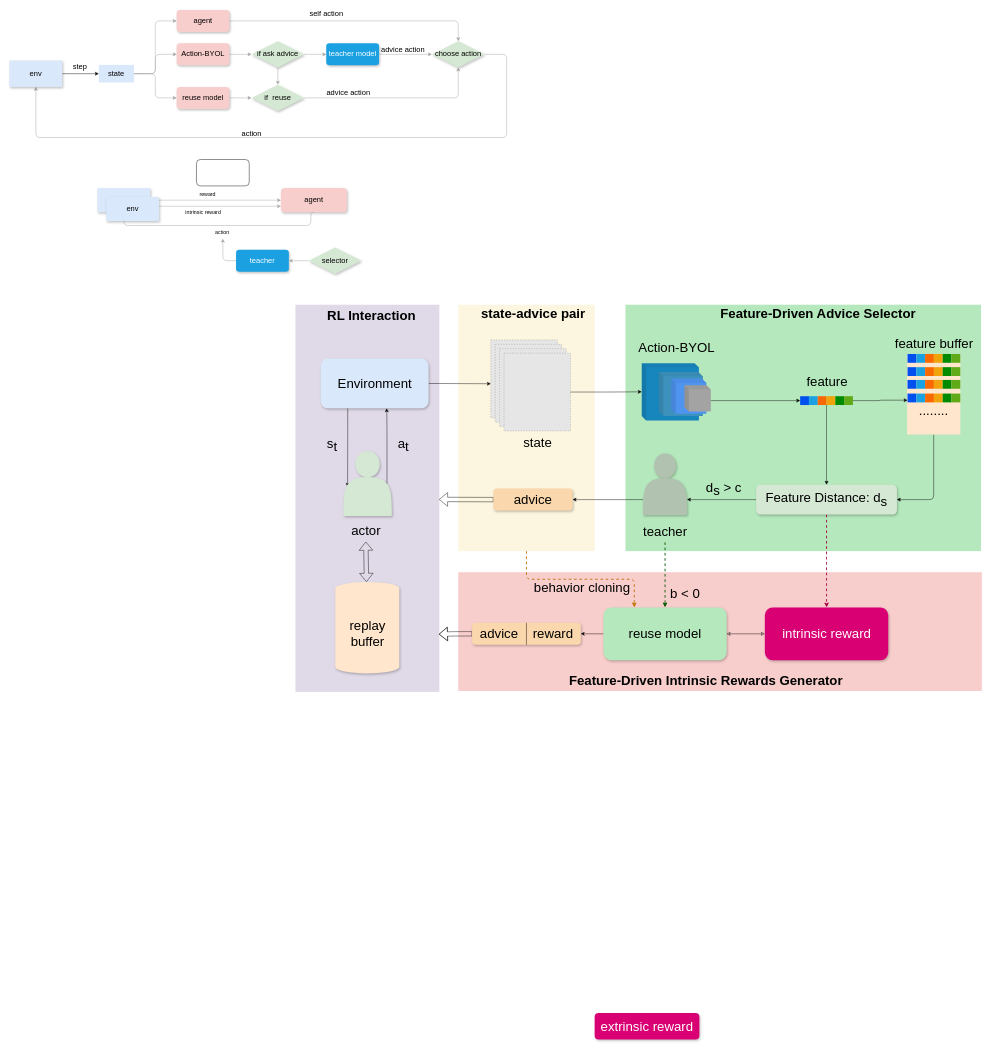
Before: flow.drawio in wyqsss/deep-rl-action-advising, a draw.io diagram. Source tidied: cells renumbered, new cells numbered last; positions are measured from the earlier drawing's top-left corner, leaving out a move shared by most shapes. Both pictures are drawn from the tidied source at 44%, with x=0, y=0 at pixel (9, 7). Pictures stored in the file or linked from it are replaced by grey dashed boxes.
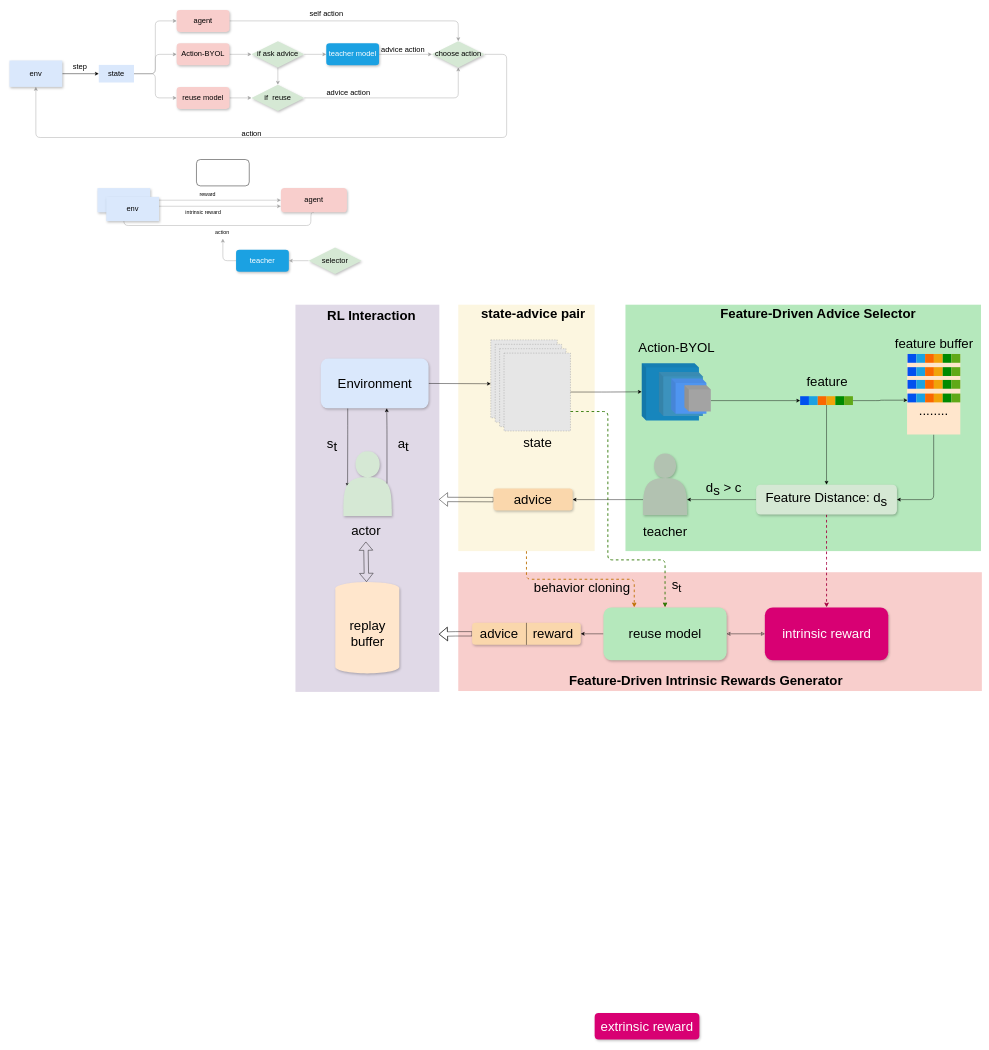
Above is the later version.

The change refers to these unchanged cells:
```xml
<mxCell id="100" style="fillColor=#E6E6E6;strokeColor=#999999;dashed=1;verticalLabelPosition=bottom;labelBackgroundColor=default;verticalAlign=top;fontSize=30;" parent="96" vertex="1">
  <mxGeometry x="30" y="30" width="151" height="177" as="geometry" />
</mxCell>
<mxCell id="104" value="teacher" style="text;html=1;align=center;verticalAlign=middle;points=[];strokeColor=none;fillColor=none;fontSize=30;" parent="102" vertex="1">
  <mxGeometry x="5" y="152" width="120" height="50" as="geometry" />
</mxCell>
<mxCell id="114" value="reuse model" style="whiteSpace=wrap;html=1;rounded=1;fontSize=30;fillColor=#B5E8BC;strokeColor=none;shadow=1;" parent="1" vertex="1">
  <mxGeometry x="1350" y="1363" width="280" height="120" as="geometry" />
</mxCell>
```

The edit, as a diff of the source:
```diff
@@
-    <mxCell id="116" value="b &amp;lt; 0" style="text;html=1;align=center;verticalAlign=middle;strokeColor=none;fillColor=none;fontSize=30;" parent="1" vertex="1">
-      <mxGeometry x="1490" y="1305" width="90" height="50" as="geometry" />
-    </mxCell>
@@
-    <mxCell id="133" style="edgeStyle=none;rounded=1;jettySize=auto;html=1;entryX=0.5;entryY=0;entryDx=0;entryDy=0;fontSize=30;startArrow=none;startFill=0;fillColor=#008a00;strokeColor=#005700;dashed=1;strokeWidth=2;" parent="1" edge="1" source="104" target="114">
-      <mxGeometry relative="1" as="geometry" />
-    </mxCell>
@@
+    <mxCell id="139" style="edgeStyle=orthogonalEdgeStyle;rounded=1;jettySize=auto;html=1;exitX=1;exitY=0.75;exitDx=0;exitDy=0;dashed=1;strokeWidth=2;fillColor=#60a917;strokeColor=#2D7600;" parent="1" edge="1" source="100" target="114">
+      <mxGeometry relative="1" as="geometry">
+        <Array as="points">
+          <mxPoint x="1360" y="918" />
+          <mxPoint x="1360" y="1255" />
+          <mxPoint x="1490" y="1255" />
+        </Array>
+      </mxGeometry>
+    </mxCell>
+    <mxCell id="140" value="s&lt;sub&gt;t&lt;/sub&gt;" style="text;html=1;align=center;verticalAlign=middle;strokeColor=none;fillColor=none;fontSize=30;" parent="1" vertex="1">
+      <mxGeometry x="1490.5" y="1283" width="50" height="60" as="geometry" />
+    </mxCell>
```
